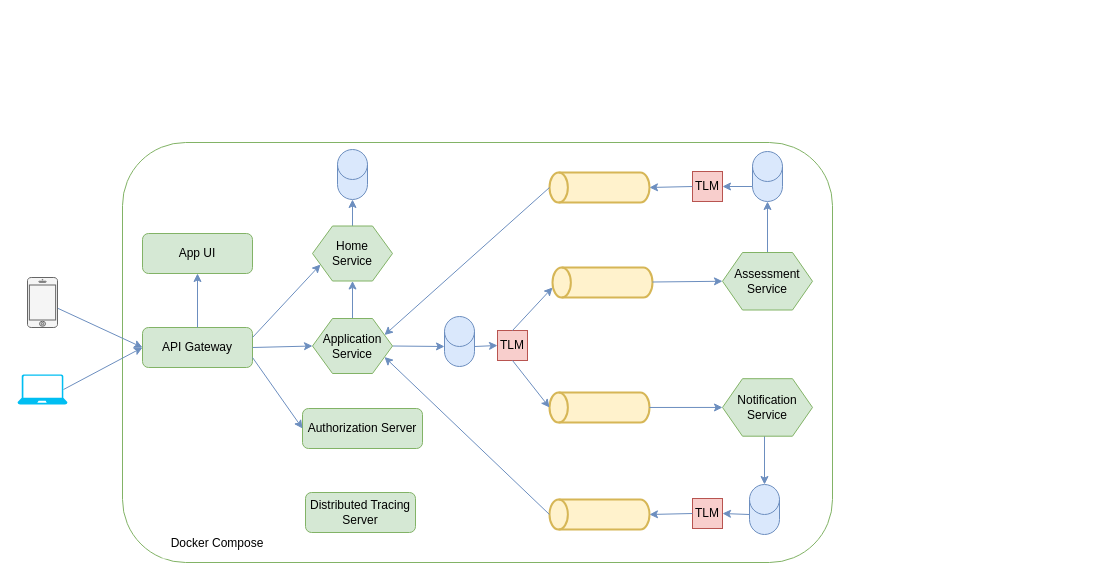
Before: 02-architecture/02-logical-components-docker.drawio in huynm20051990/loan-origination-system, a draw.io diagram. Source tidied: cells renumbered, new cells numbered last; positions are measured from the earlier drawing's top-left corner, leaving out a move shared by most shapes. Both pictures are drawn from the tidied source at 100%, with x=0, y=0 at pixel (17, 142). Pictures stored in the file or linked from it are replaced by grey dashed boxes.
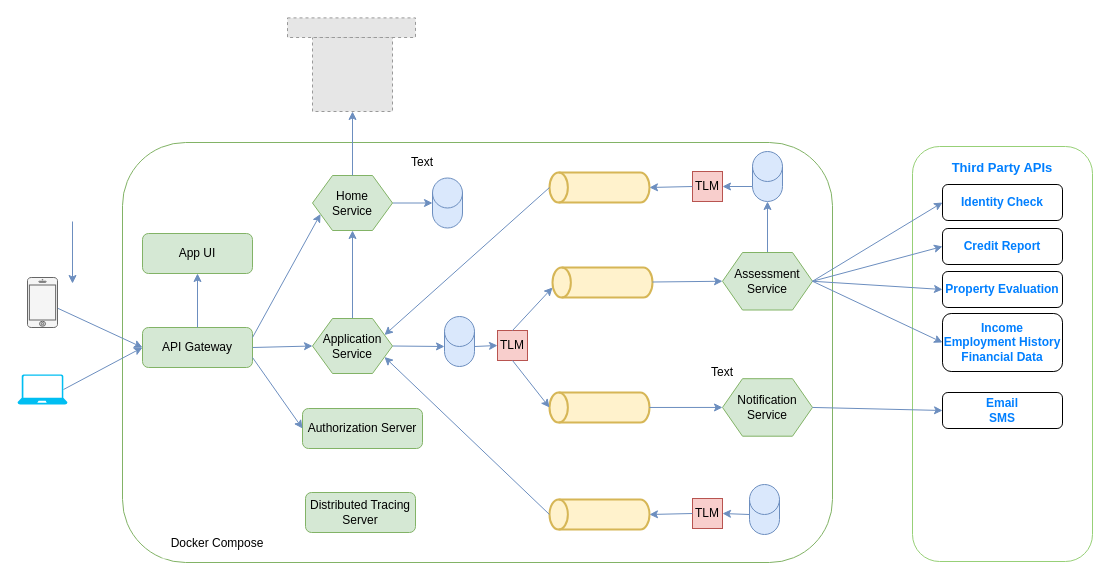
The same diagram, later.

Commit message (it also covers changes not shown here):
Update High Level Design diagram

The change refers to these unchanged cells:
```xml
<mxCell id="32" style="shape=cylinder3;whiteSpace=wrap;html=1;boundedLbl=1;backgroundOutline=1;size=15;fillColor=#dae8fc;strokeColor=#6c8ebf;" parent="1" vertex="1">
  <mxGeometry x="732" y="342" width="30" height="50" as="geometry" />
</mxCell>
<mxCell id="41" value="Assessment&lt;br&gt;Service" style="shape=hexagon;perimeter=hexagonPerimeter2;whiteSpace=wrap;html=1;fixedSize=1;fillColor=#d5e8d4;strokeColor=#82b366;" parent="1" vertex="1">
  <mxGeometry x="705" y="110" width="90" height="57.5" as="geometry" />
</mxCell>
<mxCell id="42" value="Notification&lt;br&gt;Service" style="shape=hexagon;perimeter=hexagonPerimeter2;whiteSpace=wrap;html=1;fixedSize=1;fillColor=#d5e8d4;strokeColor=#82b366;" parent="1" vertex="1">
  <mxGeometry x="705" y="236.2" width="90" height="57.5" as="geometry" />
</mxCell>
```

Diff of the diagram source:
```diff
@@
     <mxCell id="17" style="shape=cylinder3;whiteSpace=wrap;html=1;boundedLbl=1;backgroundOutline=1;size=15;fillColor=#dae8fc;strokeColor=#6c8ebf;" parent="1" vertex="1">
-      <mxGeometry x="320" y="7" width="30" height="50" as="geometry" />
+      <mxGeometry x="415" y="35.5" width="30" height="50" as="geometry" />
     </mxCell>
-    <mxCell id="18" style="endArrow=classic;html=1;rounded=0;fillColor=#dae8fc;strokeColor=#6c8ebf;entryX=0.5;entryY=1;entryDx=0;entryDy=0;entryPerimeter=0;exitX=0.5;exitY=0;exitDx=0;exitDy=0;" parent="1" edge="1" source="40" target="17">
+    <mxCell id="18" style="endArrow=classic;html=1;rounded=0;fillColor=#dae8fc;strokeColor=#6c8ebf;entryX=0;entryY=0.5;entryDx=0;entryDy=0;entryPerimeter=0;exitX=1;exitY=0.5;exitDx=0;exitDy=0;" parent="1" edge="1" source="40" target="17">
       <mxGeometry relative="1" as="geometry" />
     </mxCell>
@@
-    <mxCell id="33" style="endArrow=classic;html=1;rounded=0;entryX=0.5;entryY=0;entryDx=0;entryDy=0;entryPerimeter=0;exitX=0.5;exitY=1;exitDx=0;exitDy=0;fillColor=#dae8fc;strokeColor=#6c8ebf;" parent="1" edge="1" target="32">
+    <mxCell id="33" style="endArrow=classic;html=1;rounded=0;entryX=0.5;entryY=0;entryDx=0;entryDy=0;entryPerimeter=0;exitX=0.5;exitY=1;exitDx=0;exitDy=0;fillColor=#dae8fc;strokeColor=#6c8ebf;" parent="1" edge="1">
       <mxGeometry relative="1" as="geometry">
-        <mxPoint x="747" y="280" as="sourcePoint" />
+        <mxPoint x="55" y="79" as="sourcePoint" />
+        <mxPoint x="55" y="141" as="targetPoint" />
       </mxGeometry>
     </mxCell>
@@
     <mxCell id="40" value="Home&lt;br&gt;Service" style="shape=hexagon;perimeter=hexagonPerimeter2;whiteSpace=wrap;html=1;fixedSize=1;fillColor=#d5e8d4;strokeColor=#82b366;" parent="1" vertex="1">
-      <mxGeometry x="295" y="83.5" width="80" height="55" as="geometry" />
+      <mxGeometry x="295" y="33" width="80" height="55" as="geometry" />
     </mxCell>
@@
+    <mxCell id="47" style="fillColor=#E6E6E6;strokeColor=#999999;dashed=1;verticalLabelPosition=bottom;labelBackgroundColor=default;verticalAlign=top;" parent="1" vertex="1">
+      <mxGeometry x="295" y="-105" width="80" height="74" as="geometry" />
+    </mxCell>
+    <mxCell id="48" value="Text" style="text;html=1;whiteSpace=wrap;strokeColor=none;fillColor=none;align=center;verticalAlign=middle;rounded=0;" parent="1" vertex="1">
+      <mxGeometry x="375" y="5" width="60" height="30" as="geometry" />
+    </mxCell>
+    <mxCell id="49" style="fillColor=#E6E6E6;strokeColor=#999999;dashed=1;verticalLabelPosition=bottom;labelBackgroundColor=default;verticalAlign=top;" parent="1" vertex="1">
+      <mxGeometry x="270" y="-124.6" width="128" height="19.6" as="geometry" />
+    </mxCell>
+    <mxCell id="50" style="endArrow=classic;html=1;rounded=0;entryX=0.5;entryY=1;entryDx=0;entryDy=0;exitX=0.5;exitY=0;exitDx=0;exitDy=0;fillColor=#dae8fc;strokeColor=#6c8ebf;" parent="1" edge="1" source="40" target="47">
+      <mxGeometry relative="1" as="geometry" />
+    </mxCell>
+    <mxCell id="51" style="rounded=1;whiteSpace=wrap;html=1;strokeColor=#97D077;" parent="1" vertex="1">
+      <mxGeometry x="895" y="4" width="180" height="415" as="geometry" />
+    </mxCell>
+    <mxCell id="52" value="Text" style="text;html=1;whiteSpace=wrap;strokeColor=none;fillColor=none;align=center;verticalAlign=middle;rounded=0;" parent="1" vertex="1">
+      <mxGeometry x="675" y="215" width="60" height="30" as="geometry" />
+    </mxCell>
+    <mxCell id="53" value="Third Party APIs" style="text;html=1;whiteSpace=wrap;strokeColor=none;fillColor=none;align=center;verticalAlign=middle;rounded=0;fontStyle=1;fontColor=#007FFF;fontSize=13;" parent="1" vertex="1">
+      <mxGeometry x="925" y="10" width="120" height="30" as="geometry" />
+    </mxCell>
+    <mxCell id="54" value="Identity Check" style="rounded=1;whiteSpace=wrap;html=1;fontColor=#007FFF;fontStyle=1;" parent="1" vertex="1">
+      <mxGeometry x="925" y="42" width="120" height="36" as="geometry" />
+    </mxCell>
+    <mxCell id="55" value="Credit Report" style="rounded=1;whiteSpace=wrap;html=1;fontColor=#007FFF;fontStyle=1;" parent="1" vertex="1">
+      <mxGeometry x="925" y="86" width="120" height="36" as="geometry" />
+    </mxCell>
+    <mxCell id="56" value="Property Evaluation" style="rounded=1;whiteSpace=wrap;html=1;fontColor=#007FFF;fontStyle=1;" parent="1" vertex="1">
+      <mxGeometry x="925" y="129" width="120" height="36" as="geometry" />
+    </mxCell>
+    <mxCell id="57" value="Income&lt;br&gt;Employment History&lt;br&gt;Financial Data" style="rounded=1;whiteSpace=wrap;html=1;fontColor=#007FFF;fontStyle=1;" parent="1" vertex="1">
+      <mxGeometry x="925" y="171" width="120" height="58" as="geometry" />
+    </mxCell>
+    <mxCell id="58" value="Email&lt;br&gt;SMS" style="rounded=1;whiteSpace=wrap;html=1;fontColor=#007FFF;fontStyle=1;" parent="1" vertex="1">
+      <mxGeometry x="925" y="250" width="120" height="36" as="geometry" />
+    </mxCell>
+    <mxCell id="59" style="endArrow=classic;html=1;rounded=0;fillColor=#dae8fc;strokeColor=#6c8ebf;exitX=1;exitY=0.5;exitDx=0;exitDy=0;entryX=0;entryY=0.5;entryDx=0;entryDy=0;" parent="1" edge="1" source="41" target="54">
+      <mxGeometry relative="1" as="geometry" />
+    </mxCell>
+    <mxCell id="60" style="endArrow=classic;html=1;rounded=0;fillColor=#dae8fc;strokeColor=#6c8ebf;exitX=1;exitY=0.5;exitDx=0;exitDy=0;entryX=0;entryY=0.5;entryDx=0;entryDy=0;" parent="1" edge="1" source="41" target="55">
+      <mxGeometry relative="1" as="geometry" />
+    </mxCell>
+    <mxCell id="61" style="endArrow=classic;html=1;rounded=0;fillColor=#dae8fc;strokeColor=#6c8ebf;exitX=1;exitY=0.5;exitDx=0;exitDy=0;entryX=0;entryY=0.5;entryDx=0;entryDy=0;" parent="1" edge="1" source="41" target="56">
+      <mxGeometry relative="1" as="geometry" />
+    </mxCell>
+    <mxCell id="62" style="endArrow=classic;html=1;rounded=0;fillColor=#dae8fc;strokeColor=#6c8ebf;exitX=1;exitY=0.5;exitDx=0;exitDy=0;entryX=0;entryY=0.5;entryDx=0;entryDy=0;" parent="1" edge="1" source="41" target="57">
+      <mxGeometry relative="1" as="geometry" />
+    </mxCell>
+    <mxCell id="63" style="endArrow=classic;html=1;rounded=0;fillColor=#dae8fc;strokeColor=#6c8ebf;exitX=1;exitY=0.5;exitDx=0;exitDy=0;entryX=0;entryY=0.5;entryDx=0;entryDy=0;" parent="1" edge="1" source="42" target="58">
+      <mxGeometry relative="1" as="geometry" />
+    </mxCell>
```
